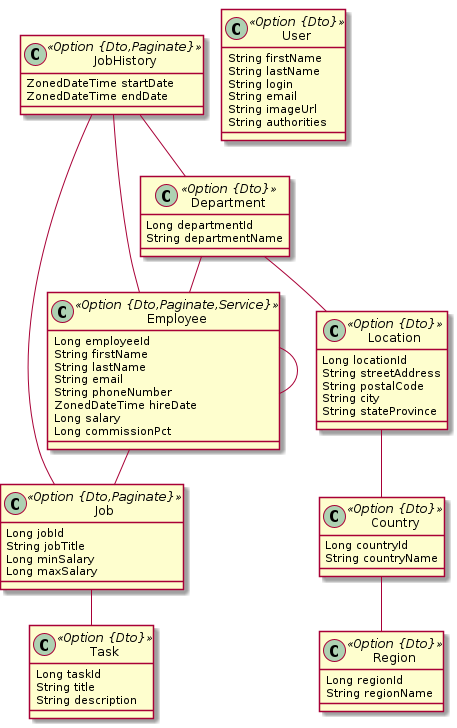
Earlier version of the PlantUML export jhipster-example.png (RatJuggler/jhipster-jdl).
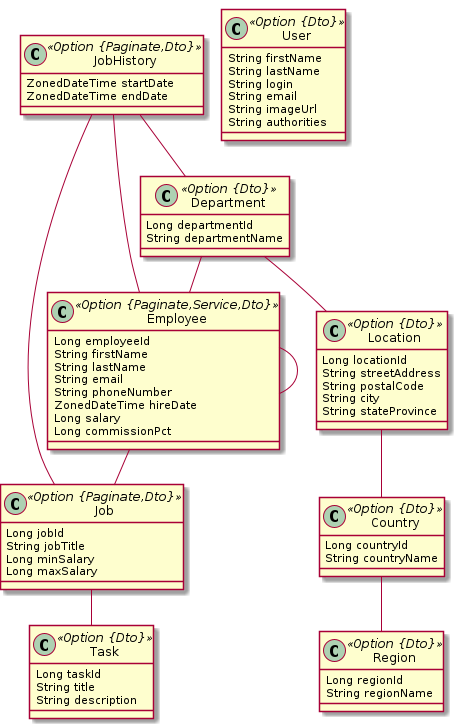
Later version of the same file.

Diff of the diagram source:
```diff
@@ -5,17 +5,17 @@
 		Long departmentId
 		String departmentName
 	}
-	class JobHistory <<Option {Dto,Paginate}>> {
+	class JobHistory <<Option {Paginate,Dto}>> {
 		ZonedDateTime startDate
 		ZonedDateTime endDate
 	}
-	class Job <<Option {Dto,Paginate}>> {
+	class Job <<Option {Paginate,Dto}>> {
 		Long jobId
 		String jobTitle
 		Long minSalary
 		Long maxSalary
 	}
-	class Employee <<Option {Dto,Paginate,Service}>> {
+	class Employee <<Option {Paginate,Service,Dto}>> {
 		Long employeeId
 		String firstName
 		String lastName
```
